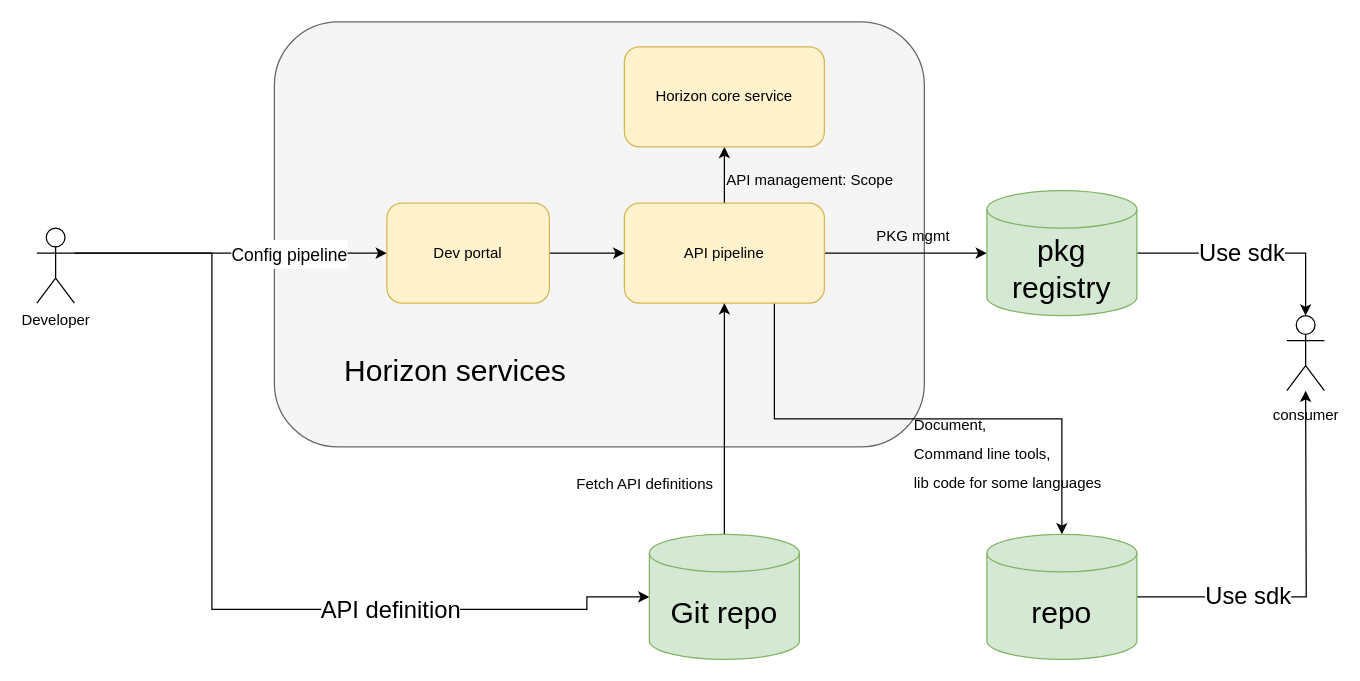
The draw.io diagram page "Page-4" (4 of 4) of HP/API_pipeline.drawio in zhangwm1987/mydraw_io, before the edit. Source tidied: cells renumbered, new cells numbered last; positions are measured from the earlier drawing's top-left corner, leaving out a move shared by most shapes. Both pictures are drawn from the tidied source at 125%, with x=0, y=0 at pixel (36, 21).
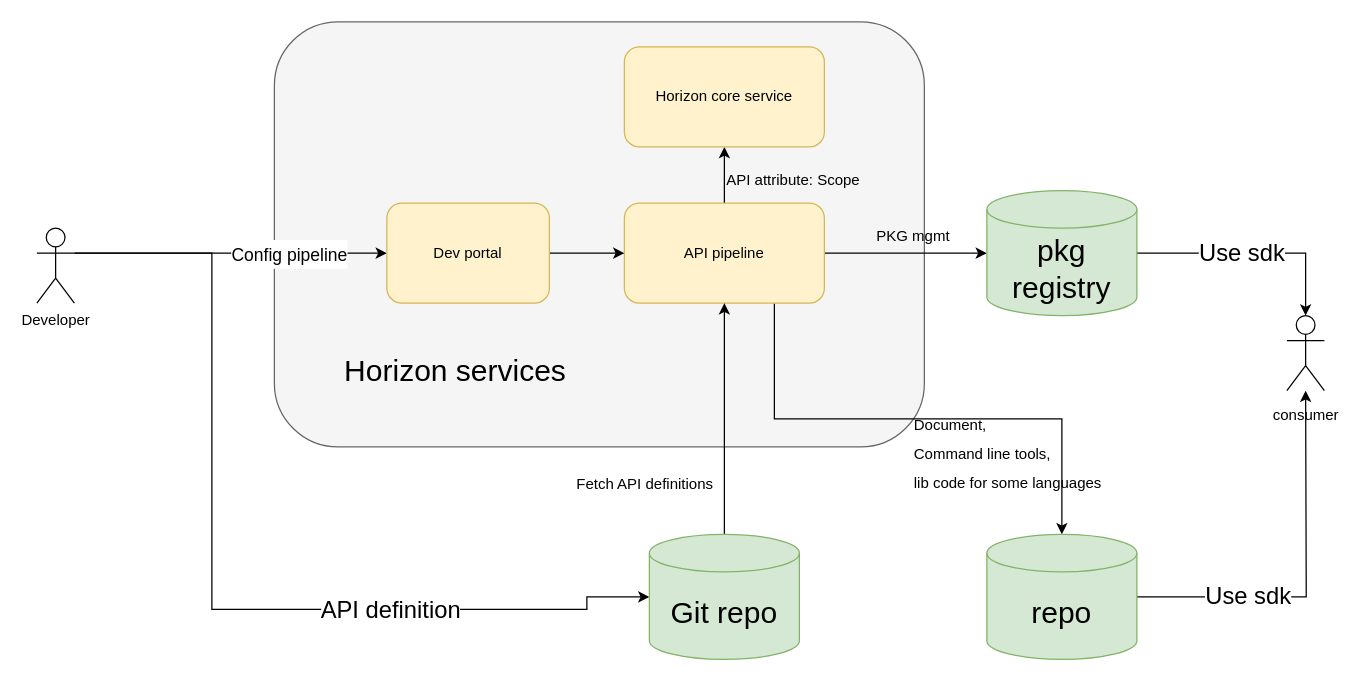
After the change.

Diff of the diagram source:
```diff
@@
-    <mxCell id="21" value="&lt;span style=&quot;font-size: 12px&quot;&gt;API management: Scope&lt;br&gt;&lt;/span&gt;" style="text;html=1;strokeColor=none;fillColor=none;align=left;verticalAlign=middle;whiteSpace=wrap;rounded=0;fontSize=19;" parent="1" vertex="1">
+    <mxCell id="21" value="&lt;span style=&quot;font-size: 12px&quot;&gt;API attribute: Scope&lt;br&gt;&lt;/span&gt;" style="text;html=1;strokeColor=none;fillColor=none;align=left;verticalAlign=middle;whiteSpace=wrap;rounded=0;fontSize=19;" parent="1" vertex="1">
       <mxGeometry x="550" y="110" width="140" height="30" as="geometry" />
     </mxCell>
```
